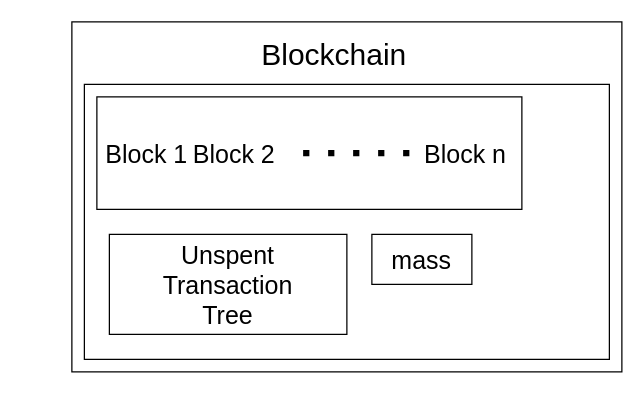
The draw.io diagram Diagrams/Blockchain.drawio in MlgEpicBanana69/dreamveil, before the edit. Source tidied: cells renumbered, new cells numbered last; positions are measured from the earlier drawing's top-left corner, leaving out a move shared by most shapes. Both pictures are drawn from the tidied source at 125%, with x=0, y=0 at pixel (21, 21).
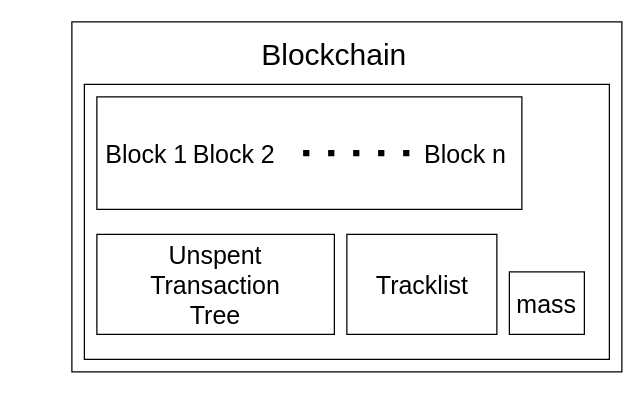
After the change.

What changed in the source:
```diff
@@
 <mxGraphModel>
   <root>
     <mxCell id="0" />
     <mxCell id="1" parent="0" />
     <mxCell id="2" style="rounded=0;whiteSpace=wrap;html=1;" parent="1" vertex="1">
       <mxGeometry x="40" width="440" height="280" as="geometry" />
     </mxCell>
     <mxCell id="3" style="rounded=0;whiteSpace=wrap;html=1;" parent="1" vertex="1">
       <mxGeometry x="50" y="50" width="420" height="220" as="geometry" />
     </mxCell>
     <mxCell id="4" value="Blockchain" style="text;html=1;strokeColor=none;fillColor=none;align=center;verticalAlign=middle;whiteSpace=wrap;rounded=0;fontSize=24;" parent="1" vertex="1">
       <mxGeometry x="190" y="10" width="120" height="34" as="geometry" />
     </mxCell>
     <mxCell id="5" style="rounded=0;whiteSpace=wrap;html=1;" parent="1" vertex="1">
       <mxGeometry x="60" y="60" width="340" height="90" as="geometry" />
     </mxCell>
     <mxCell id="6" value="Block 1" style="text;html=1;strokeColor=none;fillColor=none;align=center;verticalAlign=middle;whiteSpace=wrap;rounded=0;fontSize=20;" parent="1" vertex="1">
       <mxGeometry y="80" width="200" height="50" as="geometry" />
     </mxCell>
     <mxCell id="7" value="Block 2" style="text;html=1;strokeColor=none;fillColor=none;align=center;verticalAlign=middle;whiteSpace=wrap;rounded=0;fontSize=20;" parent="1" vertex="1">
       <mxGeometry x="130" y="80" width="80" height="50" as="geometry" />
     </mxCell>
     <mxCell id="8" value="Block n" style="text;html=1;strokeColor=none;fillColor=none;align=center;verticalAlign=middle;whiteSpace=wrap;rounded=0;fontSize=20;" parent="1" vertex="1">
       <mxGeometry x="310" y="80" width="90" height="50" as="geometry" />
     </mxCell>
     <mxCell id="9" style="endArrow=none;dashed=1;html=1;dashPattern=1 3;strokeWidth=5;rounded=0;fontSize=20;entryX=1;entryY=0.5;entryDx=0;entryDy=0;exitX=0;exitY=0.5;exitDx=0;exitDy=0;jumpSize=17;jumpStyle=none;endSize=6;" parent="1" edge="1" source="8" target="7">
       <mxGeometry relative="1" as="geometry" />
     </mxCell>
     <mxCell id="10" style="rounded=0;whiteSpace=wrap;html=1;" parent="1" vertex="1">
-      <mxGeometry x="70" y="170" width="190" height="80" as="geometry" />
+      <mxGeometry x="60" y="170" width="190" height="80" as="geometry" />
     </mxCell>
     <mxCell id="11" value="Unspent Transaction Tree" style="text;html=1;strokeColor=none;fillColor=none;align=center;verticalAlign=middle;whiteSpace=wrap;rounded=0;fontSize=20;" parent="1" vertex="1">
-      <mxGeometry x="125" y="185" width="80" height="50" as="geometry" />
+      <mxGeometry x="115" y="185" width="80" height="50" as="geometry" />
     </mxCell>
     <mxCell id="12" style="rounded=0;whiteSpace=wrap;html=1;" parent="1" vertex="1">
-      <mxGeometry x="280" y="170" width="80" height="40" as="geometry" />
+      <mxGeometry x="390" y="200" width="60" height="50" as="geometry" />
     </mxCell>
     <mxCell id="13" value="mass" style="text;html=1;strokeColor=none;fillColor=none;align=center;verticalAlign=middle;whiteSpace=wrap;rounded=0;fontSize=20;" parent="1" vertex="1">
-      <mxGeometry x="290" y="170" width="60" height="40" as="geometry" />
+      <mxGeometry x="390" y="205" width="60" height="40" as="geometry" />
     </mxCell>
+    <mxCell id="14" style="rounded=0;whiteSpace=wrap;html=1;" parent="1" vertex="1">
+      <mxGeometry x="260" y="170" width="120" height="80" as="geometry" />
+    </mxCell>
+    <mxCell id="15" value="Tracklist" style="text;html=1;strokeColor=none;fillColor=none;align=center;verticalAlign=middle;whiteSpace=wrap;rounded=0;fontSize=20;" parent="1" vertex="1">
+      <mxGeometry x="277.5" y="192.5" width="85" height="35" as="geometry" />
+    </mxCell>
   </root>
 </mxGraphModel>
```
